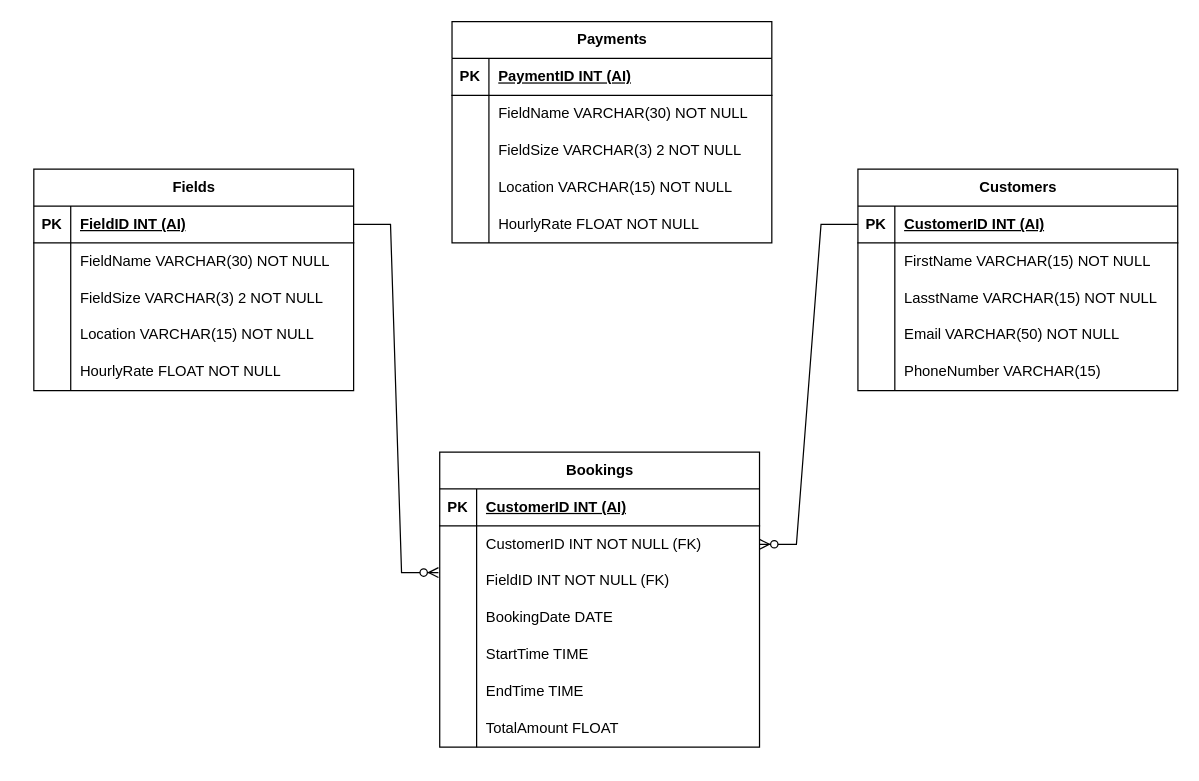
Above: Phase1_simulation3.drawio in suryasaputra2016/YourFirstSite (draw.io), before the change. Source tidied: cells renumbered, new cells numbered last; positions are measured from the earlier drawing's top-left corner, leaving out a move shared by most shapes. Both pictures are drawn from the tidied source at 123%, with x=0, y=0 at pixel (33, 21).
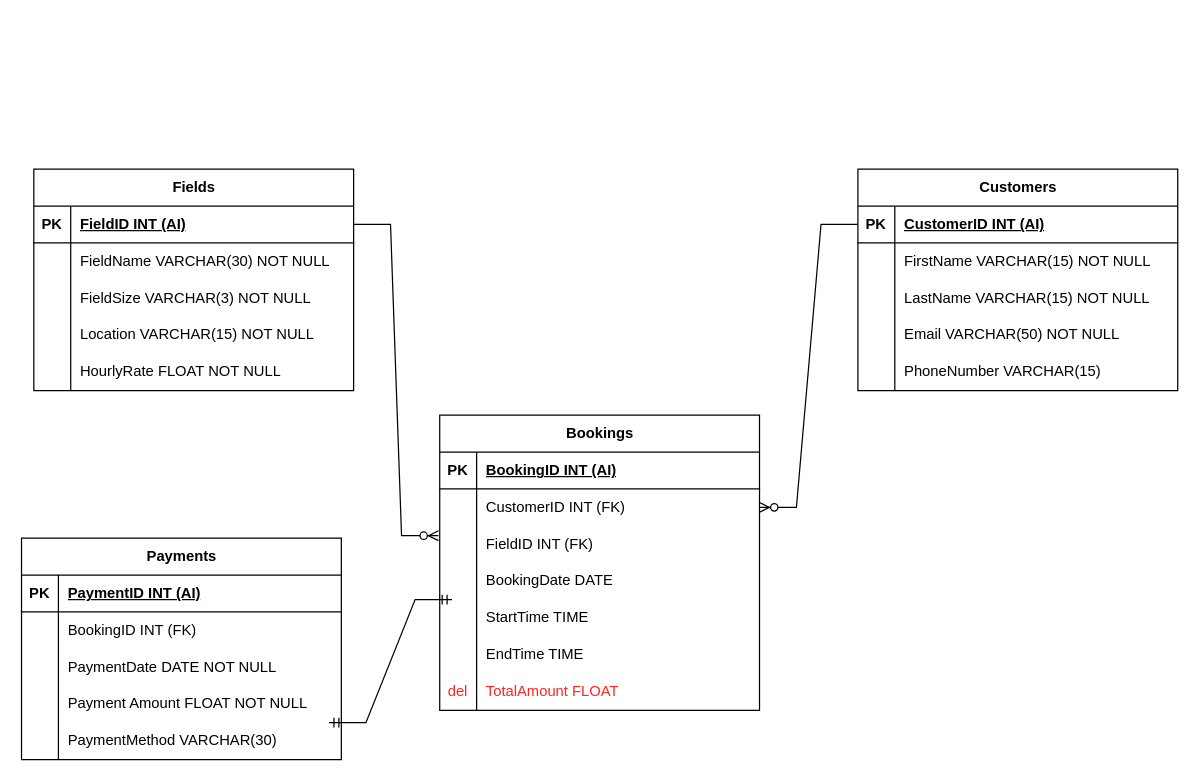
Above is the later version.

The change refers to these unchanged cells:
```xml
<mxCell id="9" style="shape=tableRow;horizontal=0;startSize=0;swimlaneHead=0;swimlaneBody=0;fillColor=none;top=0;left=0;right=0;bottom=0;" parent="2" vertex="1">
  <mxGeometry y="90" width="260" height="30" as="geometry" />
</mxCell>
<mxCell id="25" style="shape=tableRow;horizontal=0;startSize=0;swimlaneHead=0;swimlaneBody=0;fillColor=none;top=0;left=0;right=0;bottom=0;" parent="18" vertex="1">
  <mxGeometry y="90" width="260" height="30" as="geometry" />
</mxCell>
<mxCell id="35" style="shape=tableRow;horizontal=0;startSize=0;swimlaneHead=0;swimlaneBody=0;fillColor=none;top=0;left=0;right=0;bottom=1;" parent="34" vertex="1">
  <mxGeometry y="30" width="260" height="30" as="geometry" />
</mxCell>
<mxCell id="38" style="shape=tableRow;horizontal=0;startSize=0;swimlaneHead=0;swimlaneBody=0;fillColor=none;points=[[0,0.5],[1,0.5]];portConstraint=eastwest;top=0;left=0;right=0;bottom=0;" parent="34" vertex="1">
  <mxGeometry y="60" width="260" height="30" as="geometry" />
</mxCell>
<mxCell id="41" style="shape=tableRow;horizontal=0;startSize=0;swimlaneHead=0;swimlaneBody=0;fillColor=none;points=[[0,0.5],[1,0.5]];portConstraint=eastwest;top=0;left=0;right=0;bottom=0;" parent="34" vertex="1">
  <mxGeometry y="90" width="260" height="30" as="geometry" />
</mxCell>
<mxCell id="53" style="shape=tableRow;horizontal=0;startSize=0;swimlaneHead=0;swimlaneBody=0;fillColor=none;top=0;left=0;right=0;bottom=0;" parent="34" vertex="1">
  <mxGeometry y="210" width="260" height="30" as="geometry" />
</mxCell>
<mxCell id="62" style="shape=tableRow;horizontal=0;startSize=0;swimlaneHead=0;swimlaneBody=0;fillColor=none;top=0;left=0;right=0;bottom=0;" parent="58" vertex="1">
  <mxGeometry y="60" width="260" height="30" as="geometry" />
</mxCell>
<mxCell id="65" style="shape=tableRow;horizontal=0;startSize=0;swimlaneHead=0;swimlaneBody=0;fillColor=none;top=0;left=0;right=0;bottom=0;" parent="58" vertex="1">
  <mxGeometry y="90" width="260" height="30" as="geometry" />
</mxCell>
<mxCell id="68" style="shape=tableRow;horizontal=0;startSize=0;swimlaneHead=0;swimlaneBody=0;fillColor=none;top=0;left=0;right=0;bottom=0;" parent="58" vertex="1">
  <mxGeometry y="120" width="260" height="30" as="geometry" />
</mxCell>
<mxCell id="71" style="shape=tableRow;horizontal=0;startSize=0;swimlaneHead=0;swimlaneBody=0;fillColor=none;top=0;left=0;right=0;bottom=0;" parent="58" vertex="1">
  <mxGeometry y="150" width="260" height="30" as="geometry" />
</mxCell>
```

Diff of the diagram source:
```diff
@@
-    <mxCell id="11" value="FieldSize VARCHAR(3) 2 NOT NULL" style="shape=partialRectangle;fillColor=none;top=0;left=0;bottom=0;right=0;align=left;spacingLeft=6;overflow=hidden;whiteSpace=wrap;html=1;" parent="9" vertex="1">
+    <mxCell id="11" value="FieldSize VARCHAR(3) NOT NULL" style="shape=partialRectangle;fillColor=none;top=0;left=0;bottom=0;right=0;align=left;spacingLeft=6;overflow=hidden;whiteSpace=wrap;html=1;" parent="9" vertex="1">
       <mxGeometry x="30" width="230" height="30" as="geometry" />
     </mxCell>
@@
-    <mxCell id="27" value="LasstName VARCHAR(15) NOT NULL" style="shape=partialRectangle;fillColor=none;top=0;left=0;bottom=0;right=0;align=left;spacingLeft=6;overflow=hidden;whiteSpace=wrap;html=1;" parent="25" vertex="1">
+    <mxCell id="27" value="LastName VARCHAR(15) NOT NULL" style="shape=partialRectangle;fillColor=none;top=0;left=0;bottom=0;right=0;align=left;spacingLeft=6;overflow=hidden;whiteSpace=wrap;html=1;" parent="25" vertex="1">
       <mxGeometry x="30" width="230" height="30" as="geometry" />
     </mxCell>
@@
     <mxCell id="34" value="Bookings" style="shape=table;startSize=30;childLayout=tableLayout;rowLines=0;fontStyle=1;align=center;html=1;" parent="1" vertex="1">
-      <mxGeometry x="330" y="350" width="260" height="240" as="geometry" />
+      <mxGeometry x="330" y="320" width="260" height="240" as="geometry" />
     </mxCell>
@@
-    <mxCell id="37" value="CustomerID INT (AI)" style="shape=partialRectangle;fillColor=none;top=0;left=0;bottom=0;right=0;align=left;spacingLeft=6;fontStyle=5;overflow=hidden;whiteSpace=wrap;html=1;" parent="35" vertex="1">
+    <mxCell id="37" value="BookingID INT (AI)" style="shape=partialRectangle;fillColor=none;top=0;left=0;bottom=0;right=0;align=left;spacingLeft=6;fontStyle=5;overflow=hidden;whiteSpace=wrap;html=1;" parent="35" vertex="1">
       <mxGeometry x="30" width="230" height="30" as="geometry" />
     </mxCell>
@@
-    <mxCell id="40" value="CustomerID INT NOT NULL (FK)" style="shape=partialRectangle;fillColor=none;top=0;left=0;bottom=0;right=0;align=left;spacingLeft=6;overflow=hidden;whiteSpace=wrap;html=1;" parent="38" vertex="1">
+    <mxCell id="40" value="CustomerID INT (FK)" style="shape=partialRectangle;fillColor=none;top=0;left=0;bottom=0;right=0;align=left;spacingLeft=6;overflow=hidden;whiteSpace=wrap;html=1;" parent="38" vertex="1">
       <mxGeometry x="30" width="230" height="30" as="geometry" />
     </mxCell>
@@
-    <mxCell id="43" value="FieldID INT NOT NULL (FK)" style="shape=partialRectangle;fillColor=none;top=0;left=0;bottom=0;right=0;align=left;spacingLeft=6;overflow=hidden;whiteSpace=wrap;html=1;" parent="41" vertex="1">
+    <mxCell id="43" value="FieldID INT (FK)" style="shape=partialRectangle;fillColor=none;top=0;left=0;bottom=0;right=0;align=left;spacingLeft=6;overflow=hidden;whiteSpace=wrap;html=1;" parent="41" vertex="1">
       <mxGeometry x="30" width="230" height="30" as="geometry" />
     </mxCell>
@@
-    <mxCell id="54" style="shape=partialRectangle;fillColor=none;top=0;left=0;bottom=0;right=0;overflow=hidden;whiteSpace=wrap;html=1;" parent="53" vertex="1">
+    <mxCell id="54" value="del" style="shape=partialRectangle;fillColor=none;top=0;left=0;bottom=0;right=0;overflow=hidden;whiteSpace=wrap;html=1;strokeColor=#FF241C;fontColor=#FF241C;" parent="53" vertex="1">
       <mxGeometry width="30" height="30" as="geometry" />
     </mxCell>
-    <mxCell id="55" value="TotalAmount FLOAT" style="shape=partialRectangle;fillColor=none;top=0;left=0;bottom=0;right=0;align=left;spacingLeft=6;overflow=hidden;whiteSpace=wrap;html=1;" parent="53" vertex="1">
+    <mxCell id="55" value="TotalAmount FLOAT" style="shape=partialRectangle;fillColor=none;top=0;left=0;bottom=0;right=0;align=left;spacingLeft=6;overflow=hidden;whiteSpace=wrap;html=1;strokeColor=#FF241C;fontColor=#FF241C;" parent="53" vertex="1">
       <mxGeometry x="30" width="230" height="30" as="geometry" />
     </mxCell>
@@
     <mxCell id="58" value="Payments" style="shape=table;startSize=30;childLayout=tableLayout;rowLines=0;fontStyle=1;align=center;html=1;" parent="1" vertex="1">
-      <mxGeometry x="340" width="260" height="180" as="geometry" />
+      <mxGeometry x="-10" y="420" width="260" height="180" as="geometry" />
     </mxCell>
@@
-    <mxCell id="64" value="FieldName VARCHAR(30) NOT NULL" style="shape=partialRectangle;fillColor=none;top=0;left=0;bottom=0;right=0;align=left;spacingLeft=6;overflow=hidden;whiteSpace=wrap;html=1;" parent="62" vertex="1">
+    <mxCell id="64" value="BookingID INT (FK)" style="shape=partialRectangle;fillColor=none;top=0;left=0;bottom=0;right=0;align=left;spacingLeft=6;overflow=hidden;whiteSpace=wrap;html=1;" parent="62" vertex="1">
       <mxGeometry x="30" width="230" height="30" as="geometry" />
     </mxCell>
@@
-    <mxCell id="67" value="FieldSize VARCHAR(3) 2 NOT NULL" style="shape=partialRectangle;fillColor=none;top=0;left=0;bottom=0;right=0;align=left;spacingLeft=6;overflow=hidden;whiteSpace=wrap;html=1;" parent="65" vertex="1">
+    <mxCell id="67" value="PaymentDate DATE NOT NULL" style="shape=partialRectangle;fillColor=none;top=0;left=0;bottom=0;right=0;align=left;spacingLeft=6;overflow=hidden;whiteSpace=wrap;html=1;" parent="65" vertex="1">
       <mxGeometry x="30" width="230" height="30" as="geometry" />
     </mxCell>
@@
-    <mxCell id="70" value="Location VARCHAR(15) NOT NULL" style="shape=partialRectangle;fillColor=none;top=0;left=0;bottom=0;right=0;align=left;spacingLeft=6;overflow=hidden;whiteSpace=wrap;html=1;" parent="68" vertex="1">
+    <mxCell id="70" value="Payment Amount FLOAT NOT NULL" style="shape=partialRectangle;fillColor=none;top=0;left=0;bottom=0;right=0;align=left;spacingLeft=6;overflow=hidden;whiteSpace=wrap;html=1;" parent="68" vertex="1">
       <mxGeometry x="30" width="230" height="30" as="geometry" />
     </mxCell>
@@
-    <mxCell id="73" value="HourlyRate FLOAT NOT NULL" style="shape=partialRectangle;fillColor=none;top=0;left=0;bottom=0;right=0;align=left;spacingLeft=6;overflow=hidden;whiteSpace=wrap;html=1;" parent="71" vertex="1">
+    <mxCell id="73" value="PaymentMethod VARCHAR(30)" style="shape=partialRectangle;fillColor=none;top=0;left=0;bottom=0;right=0;align=left;spacingLeft=6;overflow=hidden;whiteSpace=wrap;html=1;" parent="71" vertex="1">
       <mxGeometry x="30" width="230" height="30" as="geometry" />
     </mxCell>
+    <mxCell id="74" style="edgeStyle=entityRelationEdgeStyle;fontSize=12;html=1;endArrow=ERmandOne;startArrow=ERmandOne;rounded=0;" parent="1" edge="1">
+      <mxGeometry relative="1" as="geometry">
+        <mxPoint x="240" y="570" as="sourcePoint" />
+        <mxPoint x="340" y="470" as="targetPoint" />
+      </mxGeometry>
+    </mxCell>
```
